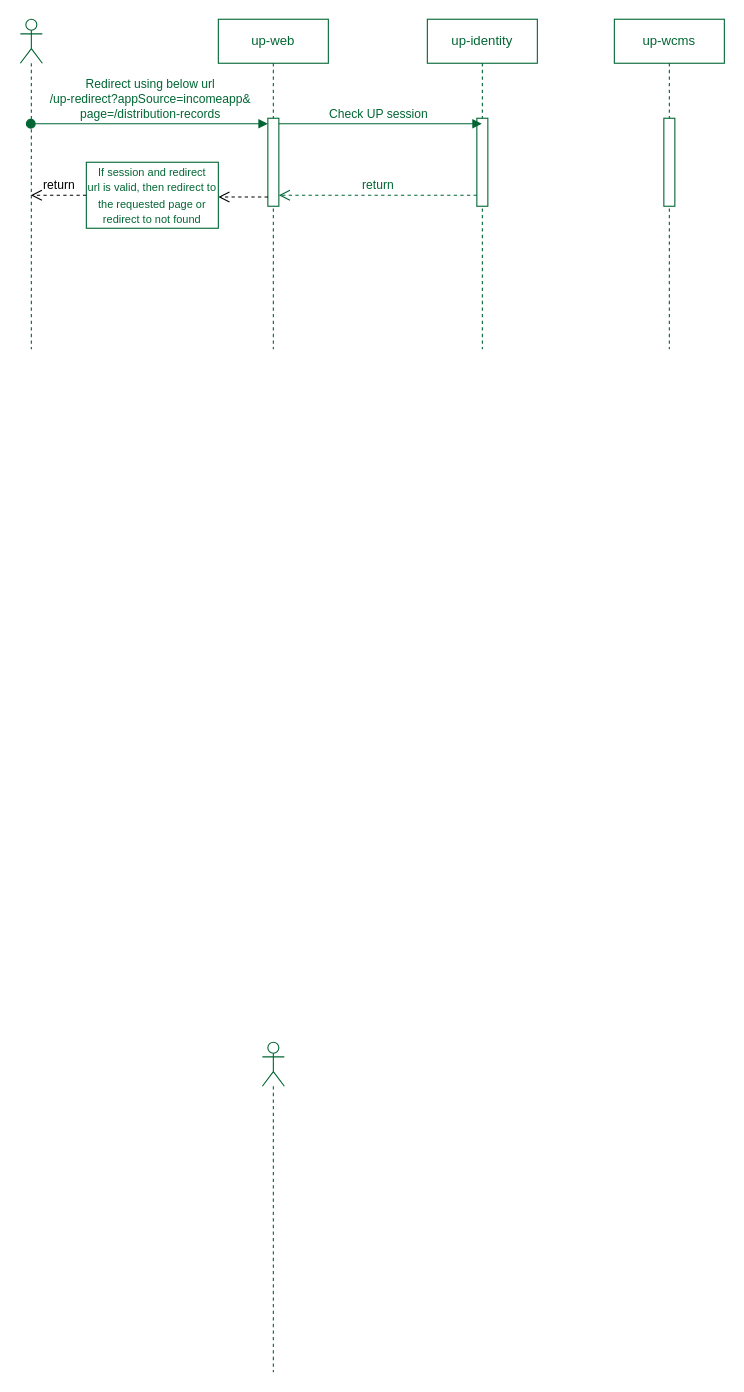
Earlier version of the draw.io diagram Webview integration.drawio (ajeeshraj56/drawio). Source tidied: cells renumbered, new cells numbered last; positions are measured from the earlier drawing's top-left corner, leaving out a move shared by most shapes. Both pictures are drawn from the tidied source at 110%, with x=0, y=0 at pixel (20, 19).
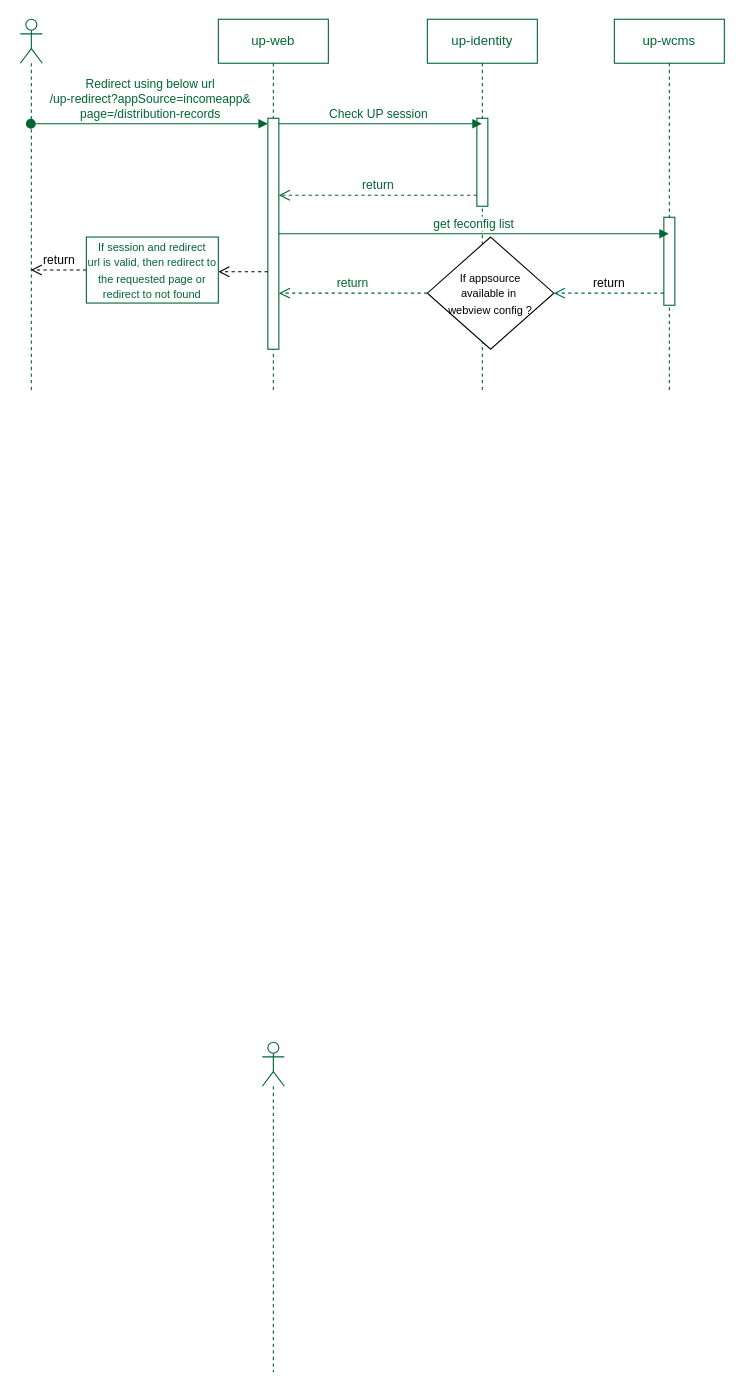
Above is the later version.

Change to the diagram source:
```diff
@@
     <mxCell id="3" style="shape=umlLifeline;perimeter=lifelinePerimeter;whiteSpace=wrap;html=1;outlineConnect=0;portConstraint=eastwest;newEdgeStyle={&quot;curved&quot;:0,&quot;rounded&quot;:0};participant=umlActor;strokeColor=#006633;fontColor=#006633;" parent="1" vertex="1">
-      <mxGeometry width="20" height="300" as="geometry" />
+      <mxGeometry width="20" height="340" as="geometry" />
     </mxCell>
     <mxCell id="4" value="up-web" style="shape=umlLifeline;perimeter=lifelinePerimeter;whiteSpace=wrap;html=1;newEdgeStyle={&quot;curved&quot;:0,&quot;rounded&quot;:0};strokeColor=#006633;fontColor=#006633;" parent="1" vertex="1">
-      <mxGeometry x="180" width="100" height="300" as="geometry" />
+      <mxGeometry x="180" width="100" height="340" as="geometry" />
     </mxCell>
     <mxCell id="5" style="html=1;points=[[0,0,0,0,5],[0,1,0,0,-5],[1,0,0,0,5],[1,1,0,0,-5]];perimeter=orthogonalPerimeter;outlineConnect=0;targetShapes=umlLifeline;portConstraint=eastwest;newEdgeStyle={&quot;curved&quot;:0,&quot;rounded&quot;:0};strokeColor=#006633;fontColor=#006633;" parent="4" vertex="1">
-      <mxGeometry x="45" y="90" width="10" height="80" as="geometry" />
+      <mxGeometry x="45" y="90" width="10" height="210" as="geometry" />
     </mxCell>
     <mxCell id="6" value="up-identity" style="shape=umlLifeline;perimeter=lifelinePerimeter;whiteSpace=wrap;html=1;outlineConnect=0;portConstraint=eastwest;newEdgeStyle={&quot;curved&quot;:0,&quot;rounded&quot;:0};strokeColor=#006633;fontColor=#006633;" parent="1" vertex="1">
-      <mxGeometry x="370" width="100" height="300" as="geometry" />
+      <mxGeometry x="370" width="100" height="340" as="geometry" />
     </mxCell>
@@
     <mxCell id="8" value="up-wcms" style="shape=umlLifeline;perimeter=lifelinePerimeter;whiteSpace=wrap;html=1;outlineConnect=0;portConstraint=eastwest;newEdgeStyle={&quot;curved&quot;:0,&quot;rounded&quot;:0};strokeColor=#006633;fontColor=#006633;" parent="1" vertex="1">
-      <mxGeometry x="540" width="100" height="300" as="geometry" />
+      <mxGeometry x="540" width="100" height="340" as="geometry" />
     </mxCell>
     <mxCell id="9" style="html=1;points=[[0,0,0,0,5],[0,1,0,0,-5],[1,0,0,0,5],[1,1,0,0,-5]];perimeter=orthogonalPerimeter;outlineConnect=0;targetShapes=umlLifeline;portConstraint=eastwest;newEdgeStyle={&quot;curved&quot;:0,&quot;rounded&quot;:0};strokeColor=#006633;fontColor=#006633;" parent="8" vertex="1">
-      <mxGeometry x="45" y="90" width="10" height="80" as="geometry" />
+      <mxGeometry x="45" y="180" width="10" height="80" as="geometry" />
     </mxCell>
@@
-    <mxCell id="13" value="return" style="html=1;verticalAlign=bottom;endArrow=open;dashed=1;endSize=8;curved=0;rounded=0;" parent="1" edge="1" source="15" target="3">
-      <mxGeometry relative="1" as="geometry" />
+    <mxCell id="13" value="return" style="html=1;verticalAlign=bottom;endArrow=open;dashed=1;endSize=8;curved=0;rounded=0;" parent="1" edge="1" source="15">
+      <mxGeometry relative="1" as="geometry">
+        <mxPoint x="9.5" y="228" as="targetPoint" />
+      </mxGeometry>
     </mxCell>
     <mxCell id="14" style="html=1;verticalAlign=bottom;endArrow=open;dashed=1;endSize=8;curved=0;rounded=0;" parent="1" edge="1">
       <mxGeometry relative="1" as="geometry">
-        <mxPoint x="225" y="161.6" as="sourcePoint" />
-        <mxPoint x="180" y="161.6" as="targetPoint" />
+        <mxPoint x="225" y="229.6" as="sourcePoint" />
+        <mxPoint x="180" y="229.6" as="targetPoint" />
       </mxGeometry>
     </mxCell>
     <mxCell id="15" value="&lt;font style=&quot;font-size: 10px;&quot;&gt;If session and redirect&lt;br&gt;url is valid, then redirect to the requested page or redirect to not found&lt;/font&gt;" style="rounded=0;whiteSpace=wrap;html=1;fontColor=#006633;strokeColor=#006633;" parent="1" vertex="1">
-      <mxGeometry x="60" y="130" width="120" height="60" as="geometry" />
+      <mxGeometry x="60" y="198" width="120" height="60" as="geometry" />
     </mxCell>
+    <mxCell id="16" value="get feconfig list" style="html=1;verticalAlign=bottom;endArrow=block;curved=0;rounded=0;fontColor=#006633;strokeColor=#006633;" parent="1" edge="1" source="5" target="8">
+      <mxGeometry relative="1" as="geometry" />
+    </mxCell>
+    <mxCell id="17" value="return" style="html=1;verticalAlign=bottom;endArrow=open;dashed=1;endSize=8;curved=0;rounded=0;strokeColor=#006666;entryX=1;entryY=0.5;entryDx=0;entryDy=0;" parent="1" edge="1" source="9" target="18">
+      <mxGeometry relative="1" as="geometry" />
+    </mxCell>
+    <mxCell id="18" value="&lt;font style=&quot;font-size: 10px;&quot;&gt;If appsource&lt;br&gt;available in&amp;nbsp;&lt;br&gt;webview config ?&lt;/font&gt;" style="rhombus;whiteSpace=wrap;html=1;" parent="1" vertex="1">
+      <mxGeometry x="370" y="198" width="115" height="102" as="geometry" />
+    </mxCell>
+    <mxCell id="19" value="return" style="html=1;verticalAlign=bottom;endArrow=open;dashed=1;endSize=8;curved=0;rounded=0;fontColor=#006633;strokeColor=#006633;exitX=0;exitY=0.5;exitDx=0;exitDy=0;" parent="1" edge="1" source="18" target="5">
+      <mxGeometry relative="1" as="geometry" />
+    </mxCell>
```
